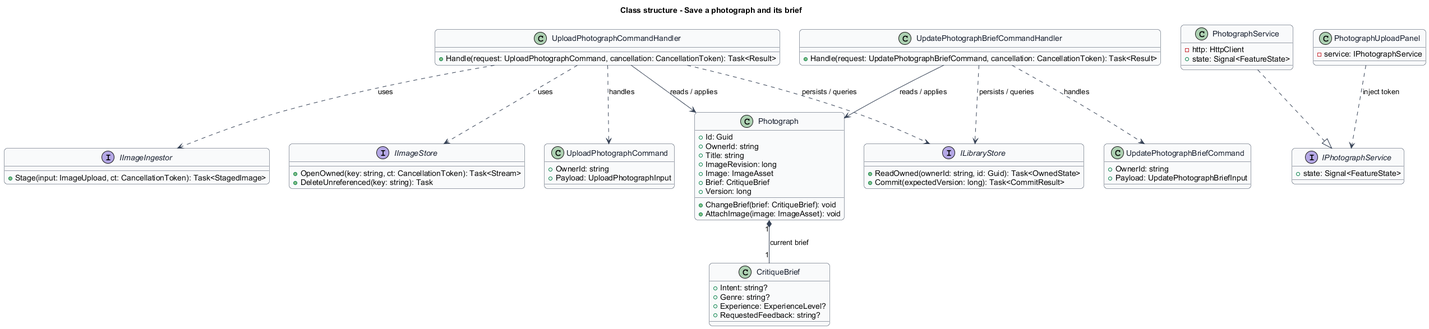
Before: docs/detailed-designs/my-work/save-photograph/diagrams/class-structure.png, a diagram exported from PlantUML (QuinntyneBrown/loupe). Its diagram source:
```plantuml
@startuml
skinparam backgroundColor #FFFFFF
skinparam shadowing false
skinparam roundcorner 12
skinparam defaultFontName Arial
skinparam ArrowColor #344054
skinparam rectangle {
  BorderColor #344054
  FontColor #101828
}
skinparam package {
  BorderColor #667085
  FontColor #101828
  BackgroundColor #F9FAFB
}

skinparam class {
  BorderColor #344054
  FontColor #101828
  BackgroundColor #F9FAFB
}
title Class structure - Save a photograph and its brief
class Photograph {
  +Id: Guid
  +OwnerId: string
  +Title: string
  +ImageRevision: long
  +Image: ImageAsset
  +Brief: CritiqueBrief
  +Version: long
  +ChangeBrief(brief: CritiqueBrief): void
  +AttachImage(image: ImageAsset): void
}
interface ILibraryStore {
  +ReadOwned(ownerId: string, id: Guid): Task<OwnedState>
  +Commit(expectedVersion: long): Task<CommitResult>
}
class UploadPhotographCommand {
  +OwnerId: string
  +Payload: UploadPhotographInput
}
class UploadPhotographCommandHandler {
  +Handle(request: UploadPhotographCommand, cancellation: CancellationToken): Task<Result>
}
UploadPhotographCommandHandler ..> UploadPhotographCommand : handles
UploadPhotographCommandHandler --> Photograph : reads / applies
UploadPhotographCommandHandler ..> ILibraryStore : persists / queries
class UpdatePhotographBriefCommand {
  +OwnerId: string
  +Payload: UpdatePhotographBriefInput
}
class UpdatePhotographBriefCommandHandler {
  +Handle(request: UpdatePhotographBriefCommand, cancellation: CancellationToken): Task<Result>
}
UpdatePhotographBriefCommandHandler ..> UpdatePhotographBriefCommand : handles
UpdatePhotographBriefCommandHandler --> Photograph : reads / applies
UpdatePhotographBriefCommandHandler ..> ILibraryStore : persists / queries
interface IImageIngestor {
  +Stage(input: ImageUpload, ct: CancellationToken): Task<StagedImage>
}
UploadPhotographCommandHandler ..> IImageIngestor : uses
interface IImageStore {
  +OpenOwned(key: string, ct: CancellationToken): Task<Stream>
  +DeleteUnreferenced(key: string): Task
}
UploadPhotographCommandHandler ..> IImageStore : uses
interface IPhotographService {
  +state: Signal<FeatureState>
}
class PhotographService {
  -http: HttpClient
  +state: Signal<FeatureState>
}
PhotographService ..|> IPhotographService
class PhotographUploadPanel {
  -service: IPhotographService
}
PhotographUploadPanel ..> IPhotographService : inject token
class CritiqueBrief {
 +Intent: string?
 +Genre: string?
 +Experience: ExperienceLevel?
 +RequestedFeedback: string?
}
Photograph "1" *-- "1" CritiqueBrief : current brief
@enduml
```
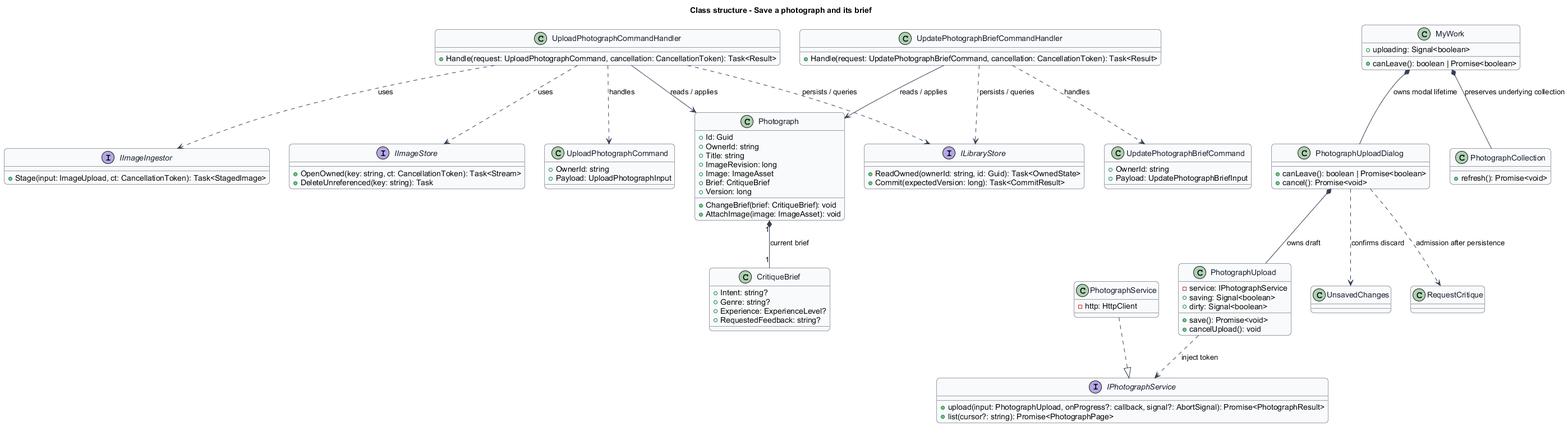
The same file after the commit.

The edit, as a diff of the source:
```diff
@@ -65,17 +65,37 @@
 }
 UploadPhotographCommandHandler ..> IImageStore : uses
 interface IPhotographService {
-  +state: Signal<FeatureState>
+  +upload(input: PhotographUpload, onProgress?: callback, signal?: AbortSignal): Promise<PhotographResult>
+  +list(cursor?: string): Promise<PhotographPage>
 }
 class PhotographService {
   -http: HttpClient
-  +state: Signal<FeatureState>
 }
 PhotographService ..|> IPhotographService
-class PhotographUploadPanel {
+class PhotographUpload {
   -service: IPhotographService
+  +saving: Signal<boolean>
+  +dirty: Signal<boolean>
+  +save(): Promise<void>
+  +cancelUpload(): void
 }
-PhotographUploadPanel ..> IPhotographService : inject token
+PhotographUpload ..> IPhotographService : inject token
+class MyWork {
+  +uploading: Signal<boolean>
+  +canLeave(): boolean | Promise<boolean>
+}
+class PhotographUploadDialog {
+  +canLeave(): boolean | Promise<boolean>
+  +cancel(): Promise<void>
+}
+class PhotographCollection {
+  +refresh(): Promise<void>
+}
+MyWork *-- PhotographUploadDialog : owns modal lifetime
+MyWork *-- PhotographCollection : preserves underlying collection
+PhotographUploadDialog *-- PhotographUpload : owns draft
+PhotographUploadDialog ..> UnsavedChanges : confirms discard
+PhotographUploadDialog ..> RequestCritique : admission after persistence
 class CritiqueBrief {
  +Intent: string?
  +Genre: string?
```
